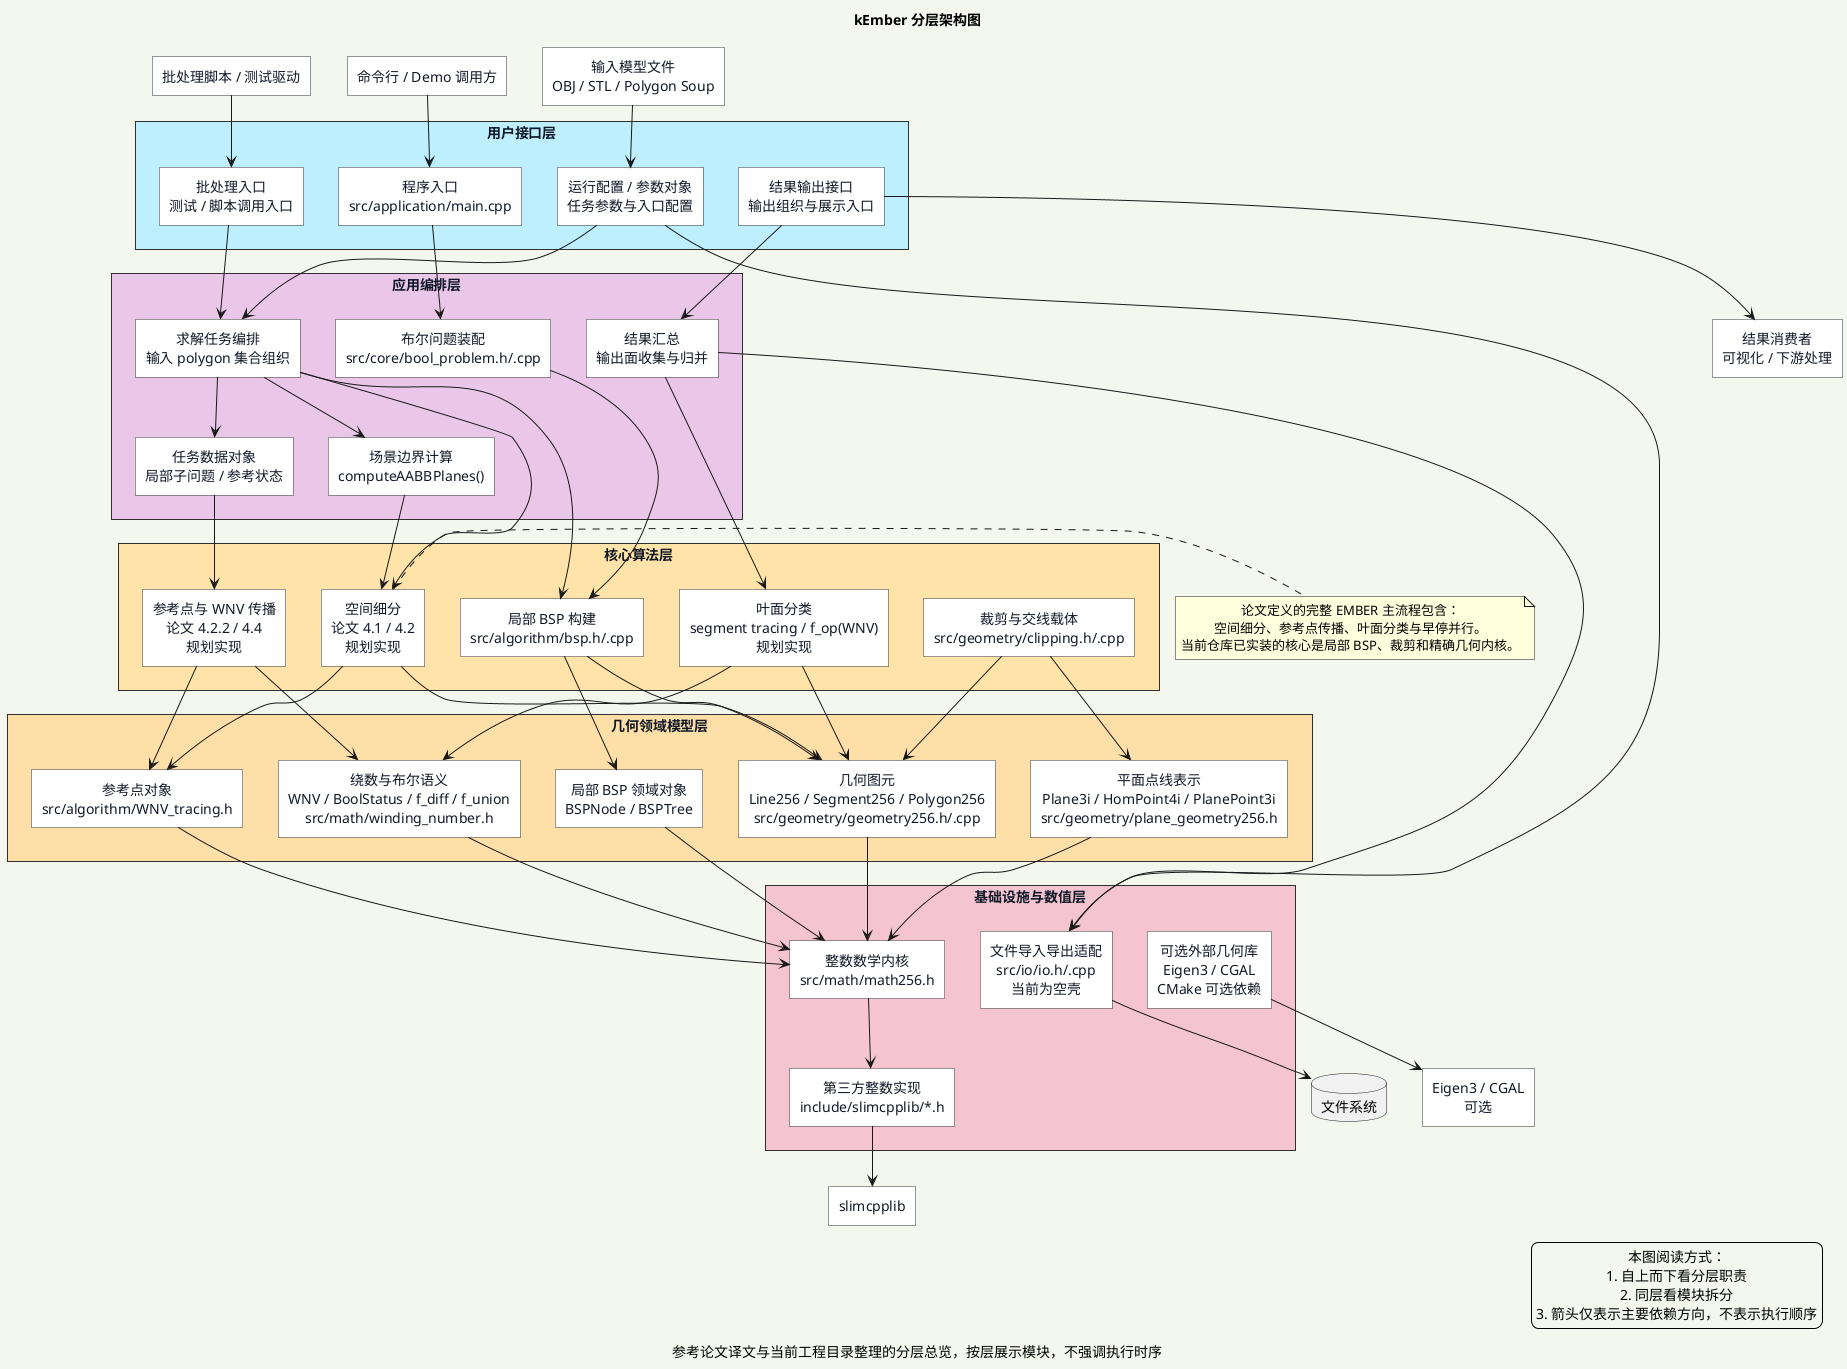
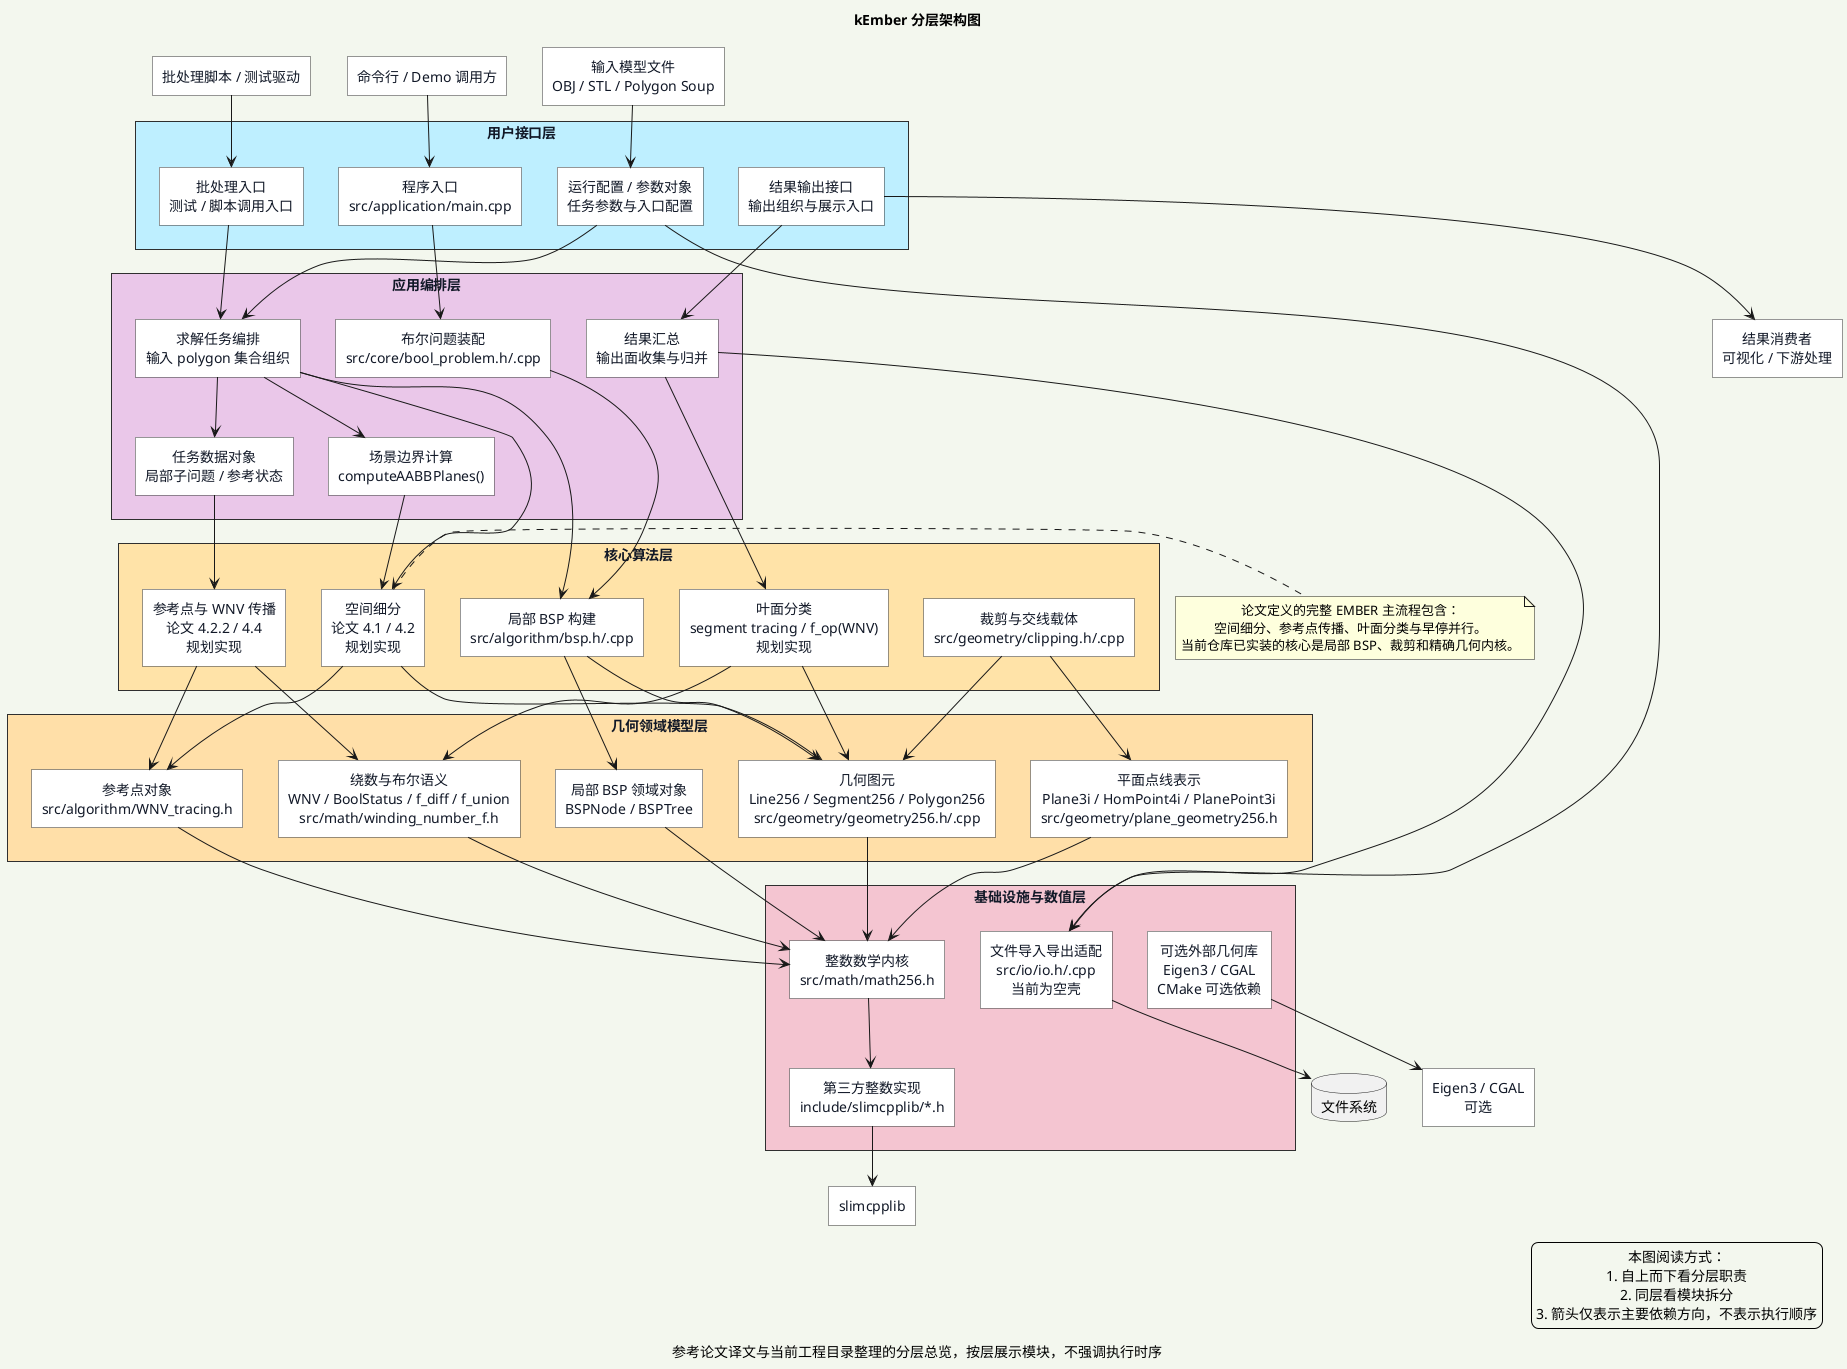
@startuml
title kEmber 分层架构图
caption 参考论文译文与当前工程目录整理的分层总览，按层展示模块，不强调执行时序

top to bottom direction

skinparam backgroundColor #F3F7EE
skinparam shadowing false
skinparam defaultTextAlignment center
skinparam packageStyle rectangle
skinparam rectangle {
  BackgroundColor white
  BorderColor #2F2F2F
  FontColor #111827
  RoundCorner 0
}

rectangle "命令行 / Demo 调用方" as ExtCaller
rectangle "输入模型文件\nOBJ / STL / Polygon Soup" as ExtInput
rectangle "批处理脚本 / 测试驱动" as ExtScript
rectangle "结果消费者\n可视化 / 下游处理" as ExtOutput

rectangle "用户接口层" #BEEFFF {
  together {
    rectangle "程序入口\nsrc/application/main.cpp" as UI_Main
    rectangle "运行配置 / 参数对象\n任务参数与入口配置" as UI_Config
    rectangle "批处理入口\n测试 / 脚本调用入口" as UI_Batch
    rectangle "结果输出接口\n输出组织与展示入口" as UI_Out
  }
}

rectangle "应用编排层" #EAC7E9 {
  together {
    rectangle "布尔问题装配\nsrc/core/bool_problem.h/.cpp" as APP_Problem
    rectangle "求解任务编排\n输入 polygon 集合组织" as APP_Orchestrate
    rectangle "场景边界计算\ncomputeAABBPlanes()" as APP_AABB
    rectangle "结果汇总\n输出面收集与归并" as APP_Result
    rectangle "任务数据对象\n局部子问题 / 参考状态" as APP_DTO
  }
}

rectangle "核心算法层" #FFE3A8 {
  together {
    rectangle "空间细分\n论文 4.1 / 4.2\n规划实现" as ALG_Subdivision
    rectangle "参考点与 WNV 传播\n论文 4.2.2 / 4.4\n规划实现" as ALG_Ref
    rectangle "局部 BSP 构建\nsrc/algorithm/bsp.h/.cpp" as ALG_BSP
    rectangle "裁剪与交线载体\nsrc/geometry/clipping.h/.cpp" as ALG_Clip
    rectangle "叶面分类\nsegment tracing / f_op(WNV)\n规划实现" as ALG_Classify
  }
}

rectangle "几何领域模型层" #FFDFA8 {
  together {
    rectangle "几何图元\nLine256 / Segment256 / Polygon256\nsrc/geometry/geometry256.h/.cpp" as DOMAIN_Geom
    rectangle "平面点线表示\nPlane3i / HomPoint4i / PlanePoint3i\nsrc/geometry/plane_geometry256.h" as DOMAIN_Plane
-     rectangle "绕数与布尔语义\nWNV / BoolStatus / f_diff / f_union\nsrc/math/winding_number.h" as DOMAIN_Winding
+     rectangle "绕数与布尔语义\nWNV / BoolStatus / f_diff / f_union\nsrc/math/winding_number_f.h" as DOMAIN_Winding
    rectangle "局部 BSP 领域对象\nBSPNode / BSPTree" as DOMAIN_BSP
    rectangle "参考点对象\nsrc/algorithm/WNV_tracing.h" as DOMAIN_Ref
  }
}

rectangle "基础设施与数值层" #F4C5D1 {
  together {
    rectangle "文件导入导出适配\nsrc/io/io.h/.cpp\n当前为空壳" as INFRA_IO
    rectangle "整数数学内核\nsrc/math/math256.h" as INFRA_Math
    rectangle "第三方整数实现\ninclude/slimcpplib/*.h" as INFRA_Slim
    rectangle "可选外部几何库\nEigen3 / CGAL\nCMake 可选依赖" as INFRA_3rd
  }
}

database "文件系统" as FS
rectangle "slimcpplib" as SlimLib
rectangle "Eigen3 / CGAL\n可选" as ThirdLib

ExtCaller --> UI_Main
ExtInput --> UI_Config
ExtScript --> UI_Batch
UI_Out --> ExtOutput

UI_Main --> APP_Problem
UI_Config --> APP_Orchestrate
UI_Batch --> APP_Orchestrate
UI_Out --> APP_Result

APP_Problem --> ALG_BSP
APP_Orchestrate --> ALG_Subdivision
APP_Orchestrate --> ALG_BSP
APP_AABB --> ALG_Subdivision
APP_Result --> ALG_Classify
APP_DTO --> ALG_Ref

ALG_Subdivision --> DOMAIN_Geom
ALG_Subdivision --> DOMAIN_Ref
ALG_Ref --> DOMAIN_Ref
ALG_Ref --> DOMAIN_Winding
ALG_BSP --> DOMAIN_BSP
ALG_BSP --> DOMAIN_Geom
ALG_Clip --> DOMAIN_Geom
ALG_Clip --> DOMAIN_Plane
ALG_Classify --> DOMAIN_Winding
ALG_Classify --> DOMAIN_Geom

DOMAIN_Geom --> INFRA_Math
DOMAIN_Plane --> INFRA_Math
DOMAIN_Winding --> INFRA_Math
DOMAIN_BSP --> INFRA_Math
DOMAIN_Ref --> INFRA_Math

INFRA_IO --> FS
INFRA_Math --> INFRA_Slim
INFRA_3rd --> ThirdLib
INFRA_Slim --> SlimLib

APP_Orchestrate --> APP_AABB
APP_Orchestrate --> APP_DTO
APP_Result --> INFRA_IO
UI_Config --> INFRA_IO

note right of ALG_Subdivision
论文定义的完整 EMBER 主流程包含：
空间细分、参考点传播、叶面分类与早停并行。
当前仓库已实装的核心是局部 BSP、裁剪和精确几何内核。
end note

legend right
本图阅读方式：
1. 自上而下看分层职责
2. 同层看模块拆分
3. 箭头仅表示主要依赖方向，不表示执行顺序
endlegend

@enduml
